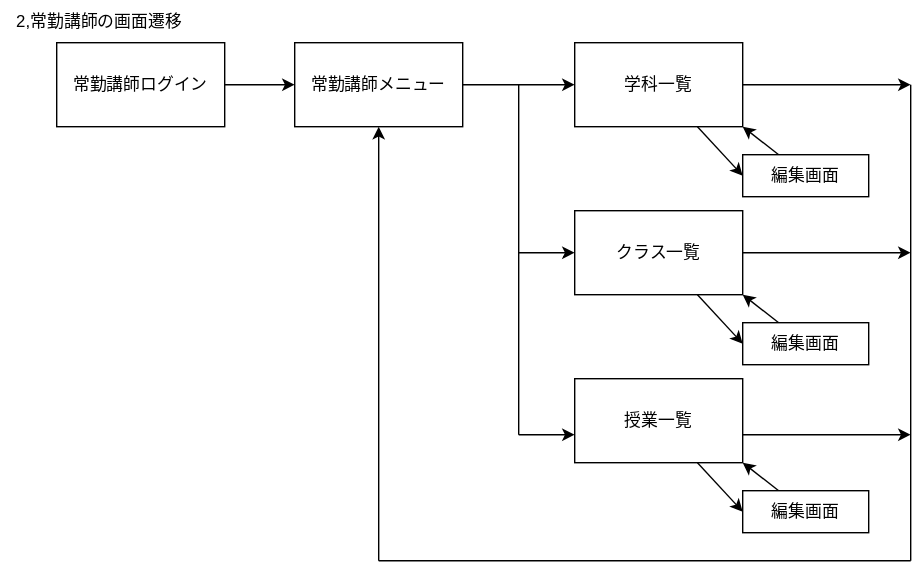
Before: teamG4.drawio.svg, a diagram exported from draw.io (Skypeace8585/uml-introduction). Source tidied: cells renumbered, new cells last; positions are measured from the earlier drawing's top-left corner, leaving out a move shared by most shapes.
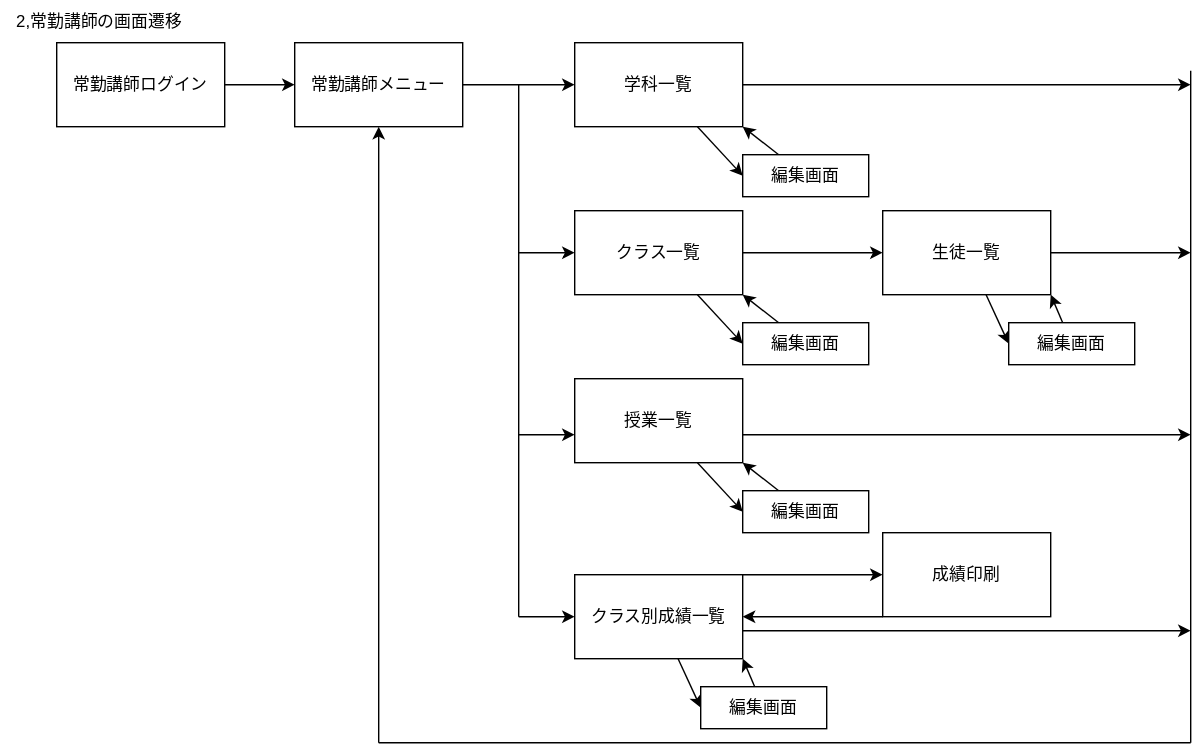
Later version of the same file.

Diff of the diagram source:
```diff
@@ -21,7 +21,7 @@
     </mxCell>
     <mxCell id="7" style="edgeStyle=none;html=1;" parent="1" edge="1" source="9">
       <mxGeometry relative="1" as="geometry">
-        <mxPoint x="650" y="60" as="targetPoint" />
+        <mxPoint x="850" y="60" as="targetPoint" />
       </mxGeometry>
     </mxCell>
     <mxCell id="8" style="edgeStyle=none;html=1;entryX=0;entryY=0.5;entryDx=0;entryDy=0;" parent="1" edge="1" source="9" target="23">
@@ -32,7 +32,7 @@
     </mxCell>
     <mxCell id="10" style="edgeStyle=none;html=1;exitX=1;exitY=0.5;exitDx=0;exitDy=0;" parent="1" edge="1" source="12">
       <mxGeometry relative="1" as="geometry">
-        <mxPoint x="650" y="180" as="targetPoint" />
+        <mxPoint x="630" y="180" as="targetPoint" />
       </mxGeometry>
     </mxCell>
     <mxCell id="11" style="edgeStyle=none;html=1;entryX=0;entryY=0.5;entryDx=0;entryDy=0;" parent="1" edge="1" source="12" target="25">
@@ -43,7 +43,7 @@
     </mxCell>
     <mxCell id="13" style="endArrow=none;html=1;" parent="1" edge="1">
       <mxGeometry relative="1" as="geometry">
-        <mxPoint x="370" y="310" as="sourcePoint" />
+        <mxPoint x="370" y="440" as="sourcePoint" />
         <mxPoint x="370" y="60" as="targetPoint" />
       </mxGeometry>
     </mxCell>
@@ -61,7 +61,7 @@
     <mxCell id="16" style="edgeStyle=none;html=1;" parent="1" edge="1">
       <mxGeometry relative="1" as="geometry">
         <mxPoint x="530" y="310" as="sourcePoint" />
-        <mxPoint x="650" y="310" as="targetPoint" />
+        <mxPoint x="850" y="310" as="targetPoint" />
       </mxGeometry>
     </mxCell>
     <mxCell id="17" style="edgeStyle=none;html=1;entryX=0;entryY=0.5;entryDx=0;entryDy=0;" parent="1" edge="1" source="18" target="27">
@@ -72,19 +72,22 @@
     </mxCell>
     <mxCell id="19" style="endArrow=none;html=1;" parent="1" edge="1">
       <mxGeometry relative="1" as="geometry">
-        <mxPoint x="650" y="60" as="sourcePoint" />
-        <mxPoint x="650" y="400" as="targetPoint" />
+        <mxPoint x="850" y="50" as="sourcePoint" />
+        <mxPoint x="850" y="530" as="targetPoint" />
+        <Array as="points">
+          <mxPoint x="850" y="210" />
+        </Array>
       </mxGeometry>
     </mxCell>
     <mxCell id="20" style="endArrow=none;html=1;" parent="1" edge="1">
       <mxGeometry relative="1" as="geometry">
-        <mxPoint x="270" y="400" as="sourcePoint" />
-        <mxPoint x="650" y="400" as="targetPoint" />
+        <mxPoint x="270" y="530" as="sourcePoint" />
+        <mxPoint x="850" y="530" as="targetPoint" />
       </mxGeometry>
     </mxCell>
     <mxCell id="21" style="endArrow=classic;html=1;entryX=0.5;entryY=1;entryDx=0;entryDy=0;" parent="1" edge="1" target="6">
       <mxGeometry relative="1" as="geometry">
-        <mxPoint x="270" y="400" as="sourcePoint" />
+        <mxPoint x="270" y="530" as="sourcePoint" />
       </mxGeometry>
     </mxCell>
     <mxCell id="22" style="edgeStyle=none;html=1;entryX=1;entryY=1;entryDx=0;entryDy=0;" parent="1" edge="1" source="23" target="9">
@@ -105,5 +108,56 @@
     <mxCell id="27" value="編集画面" style="rounded=0;whiteSpace=wrap;html=1;" parent="1" vertex="1">
       <mxGeometry x="530" y="350" width="90" height="30" as="geometry" />
     </mxCell>
+    <mxCell id="28" style="edgeStyle=none;html=1;" parent="1" edge="1" source="30">
+      <mxGeometry relative="1" as="geometry">
+        <mxPoint x="850" y="180" as="targetPoint" />
+      </mxGeometry>
+    </mxCell>
+    <mxCell id="29" style="edgeStyle=none;html=1;entryX=0;entryY=0.5;entryDx=0;entryDy=0;" parent="1" edge="1" source="30" target="32">
+      <mxGeometry relative="1" as="geometry" />
+    </mxCell>
+    <mxCell id="30" value="生徒一覧" style="rounded=0;whiteSpace=wrap;html=1;" parent="1" vertex="1">
+      <mxGeometry x="630" y="150" width="120" height="60" as="geometry" />
+    </mxCell>
+    <mxCell id="31" style="edgeStyle=none;html=1;entryX=1;entryY=1;entryDx=0;entryDy=0;" parent="1" edge="1" source="32" target="30">
+      <mxGeometry relative="1" as="geometry" />
+    </mxCell>
+    <mxCell id="32" value="編集画面" style="rounded=0;whiteSpace=wrap;html=1;" parent="1" vertex="1">
+      <mxGeometry x="720" y="230" width="90" height="30" as="geometry" />
+    </mxCell>
+    <mxCell id="33" style="edgeStyle=none;html=1;entryX=0;entryY=0.5;entryDx=0;entryDy=0;" parent="1" edge="1" source="36" target="39">
+      <mxGeometry relative="1" as="geometry" />
+    </mxCell>
+    <mxCell id="34" style="edgeStyle=none;html=1;entryX=0;entryY=0.5;entryDx=0;entryDy=0;" parent="1" edge="1" target="41">
+      <mxGeometry relative="1" as="geometry">
+        <mxPoint x="530" y="410" as="sourcePoint" />
+      </mxGeometry>
+    </mxCell>
+    <mxCell id="35" style="edgeStyle=none;html=1;" parent="1" edge="1">
+      <mxGeometry relative="1" as="geometry">
+        <mxPoint x="530" y="450" as="sourcePoint" />
+        <mxPoint x="850" y="450" as="targetPoint" />
+      </mxGeometry>
+    </mxCell>
+    <mxCell id="36" value="クラス別成績一覧" style="rounded=0;whiteSpace=wrap;html=1;" parent="1" vertex="1">
+      <mxGeometry x="410" y="410" width="120" height="60" as="geometry" />
+    </mxCell>
+    <mxCell id="37" style="endArrow=classic;html=1;entryX=0;entryY=0.5;entryDx=0;entryDy=0;" parent="1" edge="1" target="36">
+      <mxGeometry relative="1" as="geometry">
+        <mxPoint x="370" y="440" as="sourcePoint" />
+      </mxGeometry>
+    </mxCell>
+    <mxCell id="38" style="edgeStyle=none;html=1;entryX=1;entryY=1;entryDx=0;entryDy=0;" parent="1" edge="1" source="39" target="36">
+      <mxGeometry relative="1" as="geometry" />
+    </mxCell>
+    <mxCell id="39" value="編集画面" style="rounded=0;whiteSpace=wrap;html=1;" parent="1" vertex="1">
+      <mxGeometry x="500" y="490" width="90" height="30" as="geometry" />
+    </mxCell>
+    <mxCell id="40" style="edgeStyle=none;html=1;entryX=1;entryY=0.5;entryDx=0;entryDy=0;exitX=0;exitY=1;exitDx=0;exitDy=0;" parent="1" edge="1" source="41" target="36">
+      <mxGeometry relative="1" as="geometry" />
+    </mxCell>
+    <mxCell id="41" value="成績印刷" style="rounded=0;whiteSpace=wrap;html=1;" parent="1" vertex="1">
+      <mxGeometry x="630" y="380" width="120" height="60" as="geometry" />
+    </mxCell>
   </root>
 </mxGraphModel>
```
